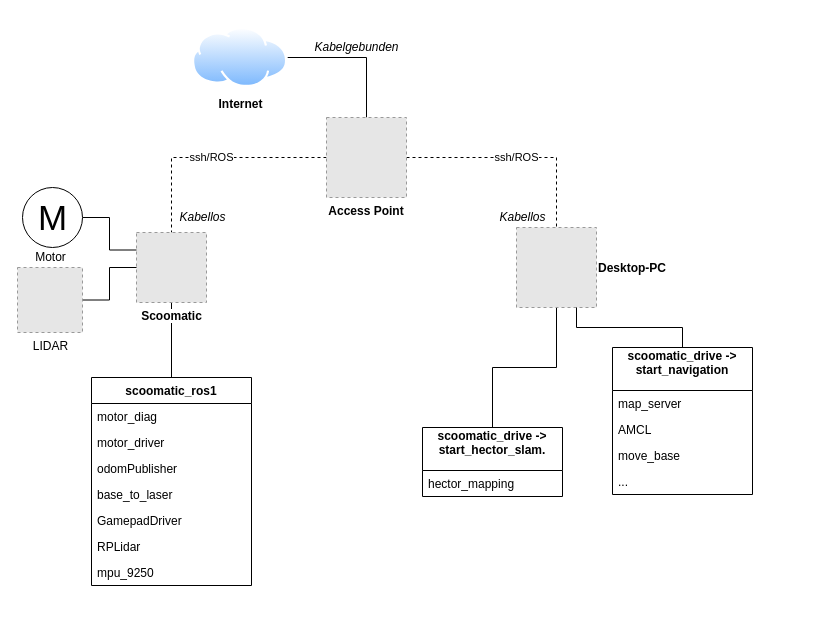
ll7/scoomatic-hoverboard keeps this draw.io diagram as docs/bachelor-hc/images/MachineOverview.drawio. Above is the earlier version. Source tidied: cells renumbered, new cells numbered last; positions are measured from the earlier drawing's top-left corner, leaving out a move shared by most shapes. Both pictures are drawn from the tidied source at 100%, with x=0, y=0 at pixel (17, 27). Pictures stored in the file or linked from it are replaced by grey dashed boxes.
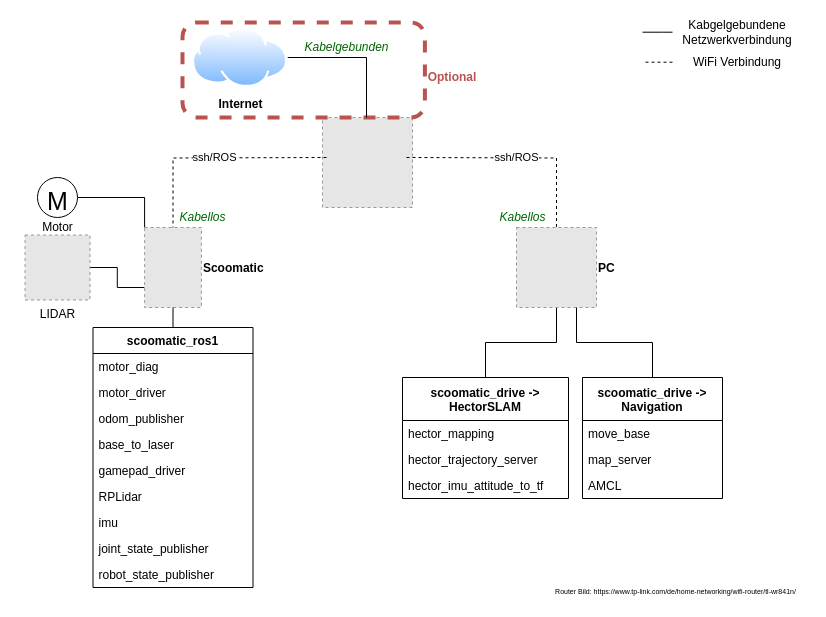
The same page after the edit.

Commit message (it also covers changes not shown here):
[DOC] new images  and deactivated hector imu attidue

The change refers to these unchanged cells:
```xml
<mxCell id="26" value="&lt;b&gt;Internet&lt;/b&gt;" style="perimeter=ellipsePerimeter;html=1;align=center;shadow=0;dashed=0;spacingTop=3;image;image=img/lib/active_directory/internet_cloud.svg;" parent="1" vertex="1">
  <mxGeometry x="175" width="95.2" height="60" as="geometry" />
</mxCell>
```

Diff of the diagram source:
```diff
@@
-    <mxCell id="3" value="Desktop-PC" style="fillColor=#E6E6E6;strokeColor=#999999;dashed=1;verticalLabelPosition=middle;verticalAlign=middle;align=left;labelPosition=right;fontStyle=1;" parent="1" vertex="1">
+    <mxCell id="3" value="PC" style="fillColor=#E6E6E6;strokeColor=#999999;dashed=1;verticalLabelPosition=middle;verticalAlign=middle;align=left;labelPosition=right;fontStyle=1;" parent="1" vertex="1">
       <mxGeometry x="499" y="200" width="80" height="80" as="geometry" />
     </mxCell>
-    <mxCell id="4" value="ssh/ROS" style="edgeStyle=orthogonalEdgeStyle;rounded=0;jettySize=auto;html=1;dashed=1;endArrow=none;endFill=0;" parent="1" edge="1" source="7" target="3">
-      <mxGeometry relative="1" as="geometry" />
-    </mxCell>
-    <mxCell id="5" value="ssh/ROS" style="edgeStyle=orthogonalEdgeStyle;rounded=0;jettySize=auto;html=1;exitX=0;exitY=0.5;exitDx=0;exitDy=0;dashed=1;endFill=0;endArrow=none;" parent="1" edge="1" source="7" target="9">
-      <mxGeometry relative="1" as="geometry" />
-    </mxCell>
-    <mxCell id="6" style="edgeStyle=orthogonalEdgeStyle;rounded=0;jettySize=auto;html=1;exitX=0.5;exitY=0;exitDx=0;exitDy=0;entryX=1;entryY=0.5;entryDx=0;entryDy=0;endArrow=none;endFill=0;" parent="1" edge="1" source="7" target="26">
-      <mxGeometry relative="1" as="geometry" />
-    </mxCell>
-    <mxCell id="7" value="Access Point&#10;" style="fillColor=#E6E6E6;strokeColor=#999999;dashed=1;verticalLabelPosition=bottom;verticalAlign=top;fontStyle=1;" parent="1" vertex="1">
-      <mxGeometry x="309" y="90" width="80" height="80" as="geometry" />
-    </mxCell>
-    <mxCell id="8" style="edgeStyle=orthogonalEdgeStyle;rounded=0;jettySize=auto;html=1;exitX=0.5;exitY=1;exitDx=0;exitDy=0;entryX=0.5;entryY=0;entryDx=0;entryDy=0;endArrow=none;endFill=0;" parent="1" edge="1" source="9" target="18">
-      <mxGeometry relative="1" as="geometry" />
-    </mxCell>
-    <mxCell id="9" value="&lt;b&gt;Scoomatic&lt;/b&gt;" style="fillColor=#E6E6E6;strokeColor=#999999;dashed=1;html=1;verticalAlign=top;verticalLabelPosition=bottom;labelBackgroundColor=#ffffff;" parent="1" vertex="1">
-      <mxGeometry x="119" y="205" width="70" height="70" as="geometry" />
-    </mxCell>
@@
-    <mxCell id="11" value="scoomatic_drive -&gt;&#10;start_navigation&#10;" style="swimlane;fontStyle=1;horizontal=1;startSize=43;fillColor=none;" parent="1" vertex="1">
-      <mxGeometry x="595" y="320" width="140" height="147" as="geometry" />
+    <mxCell id="11" value="scoomatic_drive -&gt;&#10;Navigation" style="swimlane;fontStyle=1;horizontal=1;startSize=43;fillColor=none;" parent="1" vertex="1">
+      <mxGeometry x="565" y="350" width="140" height="121" as="geometry" />
     </mxCell>
+    <mxCell id="14" value="move_base" style="text;strokeColor=none;fillColor=none;align=left;verticalAlign=top;spacingLeft=4;spacingRight=4;overflow=hidden;" parent="11" vertex="1">
+      <mxGeometry y="43" width="140" height="26" as="geometry" />
+    </mxCell>
     <mxCell id="12" value="map_server" style="text;strokeColor=none;fillColor=none;align=left;verticalAlign=top;spacingLeft=4;spacingRight=4;overflow=hidden;" parent="11" vertex="1">
-      <mxGeometry y="43" width="140" height="26" as="geometry" />
+      <mxGeometry y="69" width="140" height="26" as="geometry" />
     </mxCell>
     <mxCell id="13" value="AMCL" style="text;strokeColor=none;fillColor=none;align=left;verticalAlign=top;spacingLeft=4;spacingRight=4;overflow=hidden;" parent="11" vertex="1">
-      <mxGeometry y="69" width="140" height="26" as="geometry" />
+      <mxGeometry y="95" width="140" height="26" as="geometry" />
     </mxCell>
-    <mxCell id="14" value="move_base" style="text;strokeColor=none;fillColor=none;align=left;verticalAlign=top;spacingLeft=4;spacingRight=4;overflow=hidden;" parent="11" vertex="1">
-      <mxGeometry y="95" width="140" height="26" as="geometry" />
-    </mxCell>
-    <mxCell id="15" value="..." style="text;strokeColor=none;fillColor=none;align=left;verticalAlign=top;spacingLeft=4;spacingRight=4;overflow=hidden;" parent="11" vertex="1">
-      <mxGeometry y="121" width="140" height="26" as="geometry" />
-    </mxCell>
-    <mxCell id="16" value="scoomatic_drive -&gt;&#10;start_hector_slam.&#10;" style="swimlane;fontStyle=1;horizontal=1;startSize=43;fillColor=none;" parent="1" vertex="1">
-      <mxGeometry x="405" y="400" width="140" height="69" as="geometry" />
+    <mxCell id="16" value="scoomatic_drive -&gt;&#10;HectorSLAM" style="swimlane;fontStyle=1;horizontal=1;startSize=43;fillColor=none;" parent="1" vertex="1">
+      <mxGeometry x="385" y="350" width="166" height="121" as="geometry" />
     </mxCell>
     <mxCell id="17" value="hector_mapping" style="text;strokeColor=none;fillColor=none;align=left;verticalAlign=top;spacingLeft=4;spacingRight=4;overflow=hidden;" parent="16" vertex="1">
-      <mxGeometry y="43" width="140" height="26" as="geometry" />
+      <mxGeometry y="43" width="166" height="26" as="geometry" />
     </mxCell>
+    <mxCell id="35" value="hector_trajectory_server" style="text;strokeColor=none;fillColor=none;align=left;verticalAlign=top;spacingLeft=4;spacingRight=4;overflow=hidden;" parent="16" vertex="1">
+      <mxGeometry y="69" width="166" height="26" as="geometry" />
+    </mxCell>
+    <mxCell id="36" value="hector_imu_attitude_to_tf" style="text;strokeColor=none;fillColor=none;align=left;verticalAlign=top;spacingLeft=4;spacingRight=4;overflow=hidden;" parent="16" vertex="1">
+      <mxGeometry y="95" width="166" height="26" as="geometry" />
+    </mxCell>
     <mxCell id="18" value="scoomatic_ros1" style="swimlane;fontStyle=1;horizontal=1;startSize=26;fillColor=none;" parent="1" vertex="1">
-      <mxGeometry x="74" y="350" width="160" height="208" as="geometry" />
+      <mxGeometry x="75.5" y="300" width="160" height="260" as="geometry" />
     </mxCell>
@@
-    <mxCell id="21" value="odomPublisher" style="text;strokeColor=none;fillColor=none;align=left;verticalAlign=top;spacingLeft=4;spacingRight=4;overflow=hidden;" parent="18" vertex="1">
+    <mxCell id="21" value="odom_publisher" style="text;strokeColor=none;fillColor=none;align=left;verticalAlign=top;spacingLeft=4;spacingRight=4;overflow=hidden;" parent="18" vertex="1">
       <mxGeometry y="78" width="160" height="26" as="geometry" />
     </mxCell>
@@
-    <mxCell id="23" value="GamepadDriver" style="text;strokeColor=none;fillColor=none;align=left;verticalAlign=top;spacingLeft=4;spacingRight=4;overflow=hidden;" parent="18" vertex="1">
+    <mxCell id="23" value="gamepad_driver" style="text;strokeColor=none;fillColor=none;align=left;verticalAlign=top;spacingLeft=4;spacingRight=4;overflow=hidden;" parent="18" vertex="1">
       <mxGeometry y="130" width="160" height="26" as="geometry" />
     </mxCell>
@@
+    <mxCell id="37" value="imu" style="text;strokeColor=none;fillColor=none;align=left;verticalAlign=top;spacingLeft=4;spacingRight=4;overflow=hidden;" parent="18" vertex="1">
+      <mxGeometry y="182" width="160" height="26" as="geometry" />
+    </mxCell>
-    <mxCell id="25" value="mpu_9250" style="text;strokeColor=none;fillColor=none;align=left;verticalAlign=top;spacingLeft=4;spacingRight=4;overflow=hidden;" parent="18" vertex="1">
-      <mxGeometry y="182" width="160" height="26" as="geometry" />
+    <mxCell id="25" value="joint_state_publisher" style="text;strokeColor=none;fillColor=none;align=left;verticalAlign=top;spacingLeft=4;spacingRight=4;overflow=hidden;" parent="18" vertex="1">
+      <mxGeometry y="208" width="160" height="26" as="geometry" />
     </mxCell>
+    <mxCell id="38" value="robot_state_publisher" style="text;strokeColor=none;fillColor=none;align=left;verticalAlign=top;spacingLeft=4;spacingRight=4;overflow=hidden;" parent="18" vertex="1">
+      <mxGeometry y="234" width="160" height="26" as="geometry" />
+    </mxCell>
@@
-    <mxCell id="27" style="edgeStyle=orthogonalEdgeStyle;rounded=0;jettySize=auto;html=1;exitX=1;exitY=0.5;exitDx=0;exitDy=0;entryX=0;entryY=0.25;entryDx=0;entryDy=0;endArrow=none;endFill=0;" parent="1" edge="1" source="28" target="9">
-      <mxGeometry relative="1" as="geometry" />
+    <mxCell id="27" style="edgeStyle=orthogonalEdgeStyle;rounded=0;jettySize=auto;html=1;exitX=1;exitY=0.5;exitDx=0;exitDy=0;entryX=0;entryY=0;entryDx=0;entryDy=0;endArrow=none;endFill=0;" parent="1" edge="1" source="28" target="9">
+      <mxGeometry relative="1" as="geometry">
+        <Array as="points">
+          <mxPoint x="127" y="170" />
+        </Array>
+      </mxGeometry>
     </mxCell>
-    <mxCell id="28" value="M" style="verticalLabelPosition=middle;shadow=0;dashed=0;align=center;html=1;verticalAlign=middle;strokeWidth=1;shape=ellipse;fontSize=35;" parent="1" vertex="1">
-      <mxGeometry x="5" y="160" width="60" height="60" as="geometry" />
+    <mxCell id="28" value="&lt;font style=&quot;font-size: 25px&quot;&gt;M&lt;/font&gt;" style="verticalLabelPosition=middle;shadow=0;dashed=0;align=center;html=1;verticalAlign=middle;strokeWidth=1;shape=ellipse;fontSize=35;" parent="1" vertex="1">
+      <mxGeometry x="20" y="150" width="40" height="40" as="geometry" />
     </mxCell>
-    <mxCell id="29" style="edgeStyle=orthogonalEdgeStyle;rounded=0;jettySize=auto;html=1;exitX=1;exitY=0.5;exitDx=0;exitDy=0;endArrow=none;endFill=0;" parent="1" edge="1" source="30" target="9">
+    <mxCell id="29" style="edgeStyle=orthogonalEdgeStyle;rounded=0;jettySize=auto;html=1;exitX=1;exitY=0.5;exitDx=0;exitDy=0;endArrow=none;endFill=0;entryX=0;entryY=0.75;entryDx=0;entryDy=0;" parent="1" edge="1" source="30" target="9">
       <mxGeometry relative="1" as="geometry" />
     </mxCell>
     <mxCell id="30" value="LIDAR" style="fillColor=#E6E6E6;strokeColor=#999999;dashed=1;html=1;verticalAlign=top;verticalLabelPosition=bottom;labelBackgroundColor=#ffffff;align=center;" parent="1" vertex="1">
-      <mxGeometry y="240" width="65" height="65" as="geometry" />
+      <mxGeometry x="7.5" y="207.5" width="65" height="65" as="geometry" />
     </mxCell>
     <mxCell id="31" value="&lt;div&gt;Motor&lt;/div&gt;" style="text;html=1;align=center;verticalAlign=middle;" parent="1" vertex="1">
-      <mxGeometry x="7.5" y="220" width="50" height="20" as="geometry" />
+      <mxGeometry x="15" y="190" width="50" height="20" as="geometry" />
     </mxCell>
-    <mxCell id="32" value="Kabelgebunden" style="text;html=1;align=center;verticalAlign=middle;fontStyle=2;" parent="1" vertex="1">
-      <mxGeometry x="289" y="10" width="100" height="20" as="geometry" />
+    <mxCell id="32" value="&lt;font color=&quot;#006600&quot;&gt;Kabelgebunden&lt;/font&gt;" style="text;html=1;align=center;verticalAlign=middle;fontStyle=2;" parent="1" vertex="1">
+      <mxGeometry x="279" y="10" width="100" height="20" as="geometry" />
     </mxCell>
-    <mxCell id="33" value="Kabellos" style="text;html=1;align=center;verticalAlign=middle;fontStyle=2;" parent="1" vertex="1">
+    <mxCell id="33" value="&lt;font color=&quot;#006600&quot;&gt;Kabellos&lt;/font&gt;" style="text;html=1;align=center;verticalAlign=middle;fontStyle=2;" parent="1" vertex="1">
       <mxGeometry x="475" y="180" width="60" height="20" as="geometry" />
     </mxCell>
-    <mxCell id="34" value="Kabellos" style="text;html=1;align=center;verticalAlign=middle;fontStyle=2;" parent="1" vertex="1">
+    <mxCell id="34" value="&lt;font color=&quot;#006600&quot;&gt;Kabellos&lt;/font&gt;" style="text;html=1;align=center;verticalAlign=middle;fontStyle=2;" parent="1" vertex="1">
       <mxGeometry x="155" y="180" width="60" height="20" as="geometry" />
     </mxCell>
+    <mxCell id="39" value="&lt;font color=&quot;#B85450&quot;&gt;&lt;b&gt;Optional&lt;/b&gt;&lt;/font&gt;" style="text;html=1;strokeColor=none;fillColor=none;align=center;verticalAlign=middle;whiteSpace=wrap;rounded=0;dashed=1;" parent="1" vertex="1">
+      <mxGeometry x="415" y="40" width="40" height="20" as="geometry" />
+    </mxCell>
+    <mxCell id="9" value="Scoomatic" style="fillColor=#E6E6E6;strokeColor=#999999;dashed=1;verticalLabelPosition=middle;labelBackgroundColor=#ffffff;verticalAlign=middle;fontStyle=1;align=left;labelPosition=right;" parent="1" vertex="1">
+      <mxGeometry x="127.1" y="200" width="56.8" height="80" as="geometry" />
+    </mxCell>
+    <mxCell id="8" style="edgeStyle=orthogonalEdgeStyle;rounded=0;jettySize=auto;html=1;exitX=0.5;exitY=1;exitDx=0;exitDy=0;entryX=0.5;entryY=0;entryDx=0;entryDy=0;endArrow=none;endFill=0;" parent="1" edge="1" source="9" target="18">
+      <mxGeometry relative="1" as="geometry" />
+    </mxCell>
+    <mxCell id="40" style="fillColor=#E6E6E6;strokeColor=#999999;dashed=1;verticalLabelPosition=bottom;labelBackgroundColor=#ffffff;verticalAlign=top;" parent="1" vertex="1">
+      <mxGeometry x="305" y="90" width="90" height="90" as="geometry" />
+    </mxCell>
+    <mxCell id="41" style="rounded=1;whiteSpace=wrap;html=1;fillColor=none;strokeColor=#b85450;strokeWidth=4;dashed=1;" parent="1" vertex="1">
+      <mxGeometry x="165" y="-5" width="242.4" height="95" as="geometry" />
+    </mxCell>
+    <mxCell id="6" style="edgeStyle=orthogonalEdgeStyle;rounded=0;jettySize=auto;html=1;exitX=0.5;exitY=0;exitDx=0;exitDy=0;entryX=1;entryY=0.5;entryDx=0;entryDy=0;endArrow=none;endFill=0;" parent="1" edge="1" target="26">
+      <mxGeometry relative="1" as="geometry">
+        <mxPoint x="349" y="90" as="sourcePoint" />
+        <Array as="points">
+          <mxPoint x="349" y="30" />
+        </Array>
+      </mxGeometry>
+    </mxCell>
+    <mxCell id="4" value="ssh/ROS" style="edgeStyle=orthogonalEdgeStyle;rounded=0;jettySize=auto;html=1;dashed=1;endArrow=none;endFill=0;" parent="1" edge="1" target="3">
+      <mxGeometry relative="1" as="geometry">
+        <mxPoint x="389" y="130" as="sourcePoint" />
+      </mxGeometry>
+    </mxCell>
+    <mxCell id="5" value="ssh/ROS" style="edgeStyle=orthogonalEdgeStyle;rounded=0;jettySize=auto;html=1;exitX=0;exitY=0.5;exitDx=0;exitDy=0;dashed=1;endFill=0;endArrow=none;" parent="1" edge="1" target="9">
+      <mxGeometry relative="1" as="geometry">
+        <mxPoint x="309" y="130" as="sourcePoint" />
+      </mxGeometry>
+    </mxCell>
+    <mxCell id="42" value="&lt;font style=&quot;font-size: 7px&quot;&gt;Router Bild: https://www.tp-link.com/de/home-networking/wifi-router/tl-wr841n/&lt;/font&gt;" style="text;html=1;strokeColor=none;fillColor=none;align=center;verticalAlign=middle;whiteSpace=wrap;rounded=0;dashed=1;" parent="1" vertex="1">
+      <mxGeometry x="525" y="553" width="267" height="20" as="geometry" />
+    </mxCell>
+    <mxCell id="43" style="edgeStyle=orthogonalEdgeStyle;rounded=0;orthogonalLoop=1;jettySize=auto;html=1;endArrow=none;endFill=0;" parent="1" edge="1">
+      <mxGeometry relative="1" as="geometry">
+        <mxPoint x="655" y="4.7" as="sourcePoint" />
+        <mxPoint x="625" y="4.7" as="targetPoint" />
+        <Array as="points">
+          <mxPoint x="645" y="4.7" />
+          <mxPoint x="645" y="4.7" />
+        </Array>
+      </mxGeometry>
+    </mxCell>
+    <mxCell id="44" value="Kabgelgebundene Netzwerkverbindung" style="text;html=1;strokeColor=none;fillColor=none;align=center;verticalAlign=middle;whiteSpace=wrap;rounded=0;dashed=1;" parent="1" vertex="1">
+      <mxGeometry x="655" y="-10" width="130" height="30" as="geometry" />
+    </mxCell>
+    <mxCell id="45" style="edgeStyle=orthogonalEdgeStyle;rounded=0;orthogonalLoop=1;jettySize=auto;html=1;endArrow=none;endFill=0;dashed=1;" parent="1" edge="1">
+      <mxGeometry relative="1" as="geometry">
+        <mxPoint x="655" y="34.7" as="sourcePoint" />
+        <mxPoint x="625" y="34.7" as="targetPoint" />
+        <Array as="points">
+          <mxPoint x="645" y="34.7" />
+          <mxPoint x="645" y="34.7" />
+        </Array>
+      </mxGeometry>
+    </mxCell>
+    <mxCell id="46" value="WiFi Verbindung" style="text;html=1;strokeColor=none;fillColor=none;align=center;verticalAlign=middle;whiteSpace=wrap;rounded=0;dashed=1;" parent="1" vertex="1">
+      <mxGeometry x="655" y="20" width="130" height="30" as="geometry" />
+    </mxCell>
```
